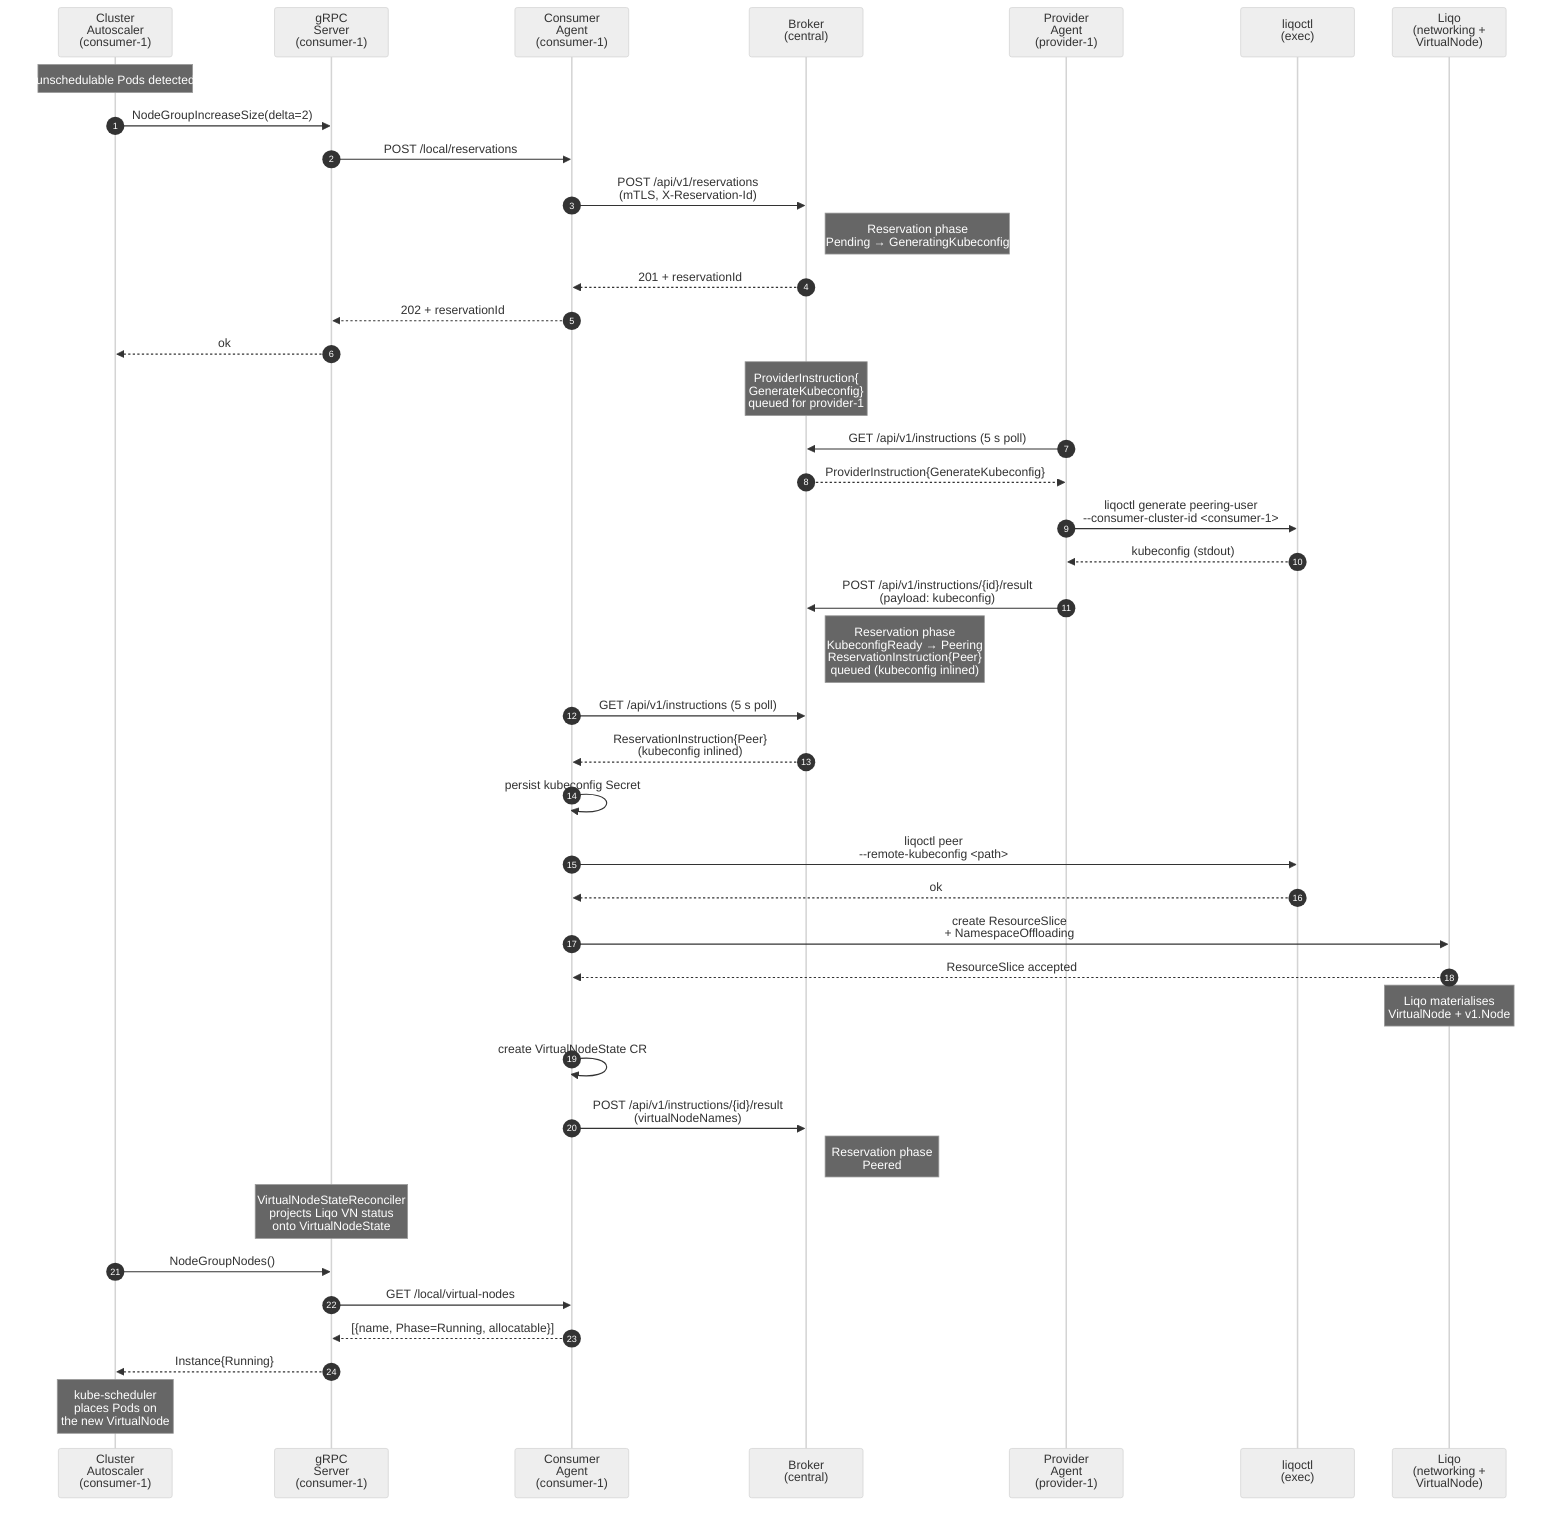
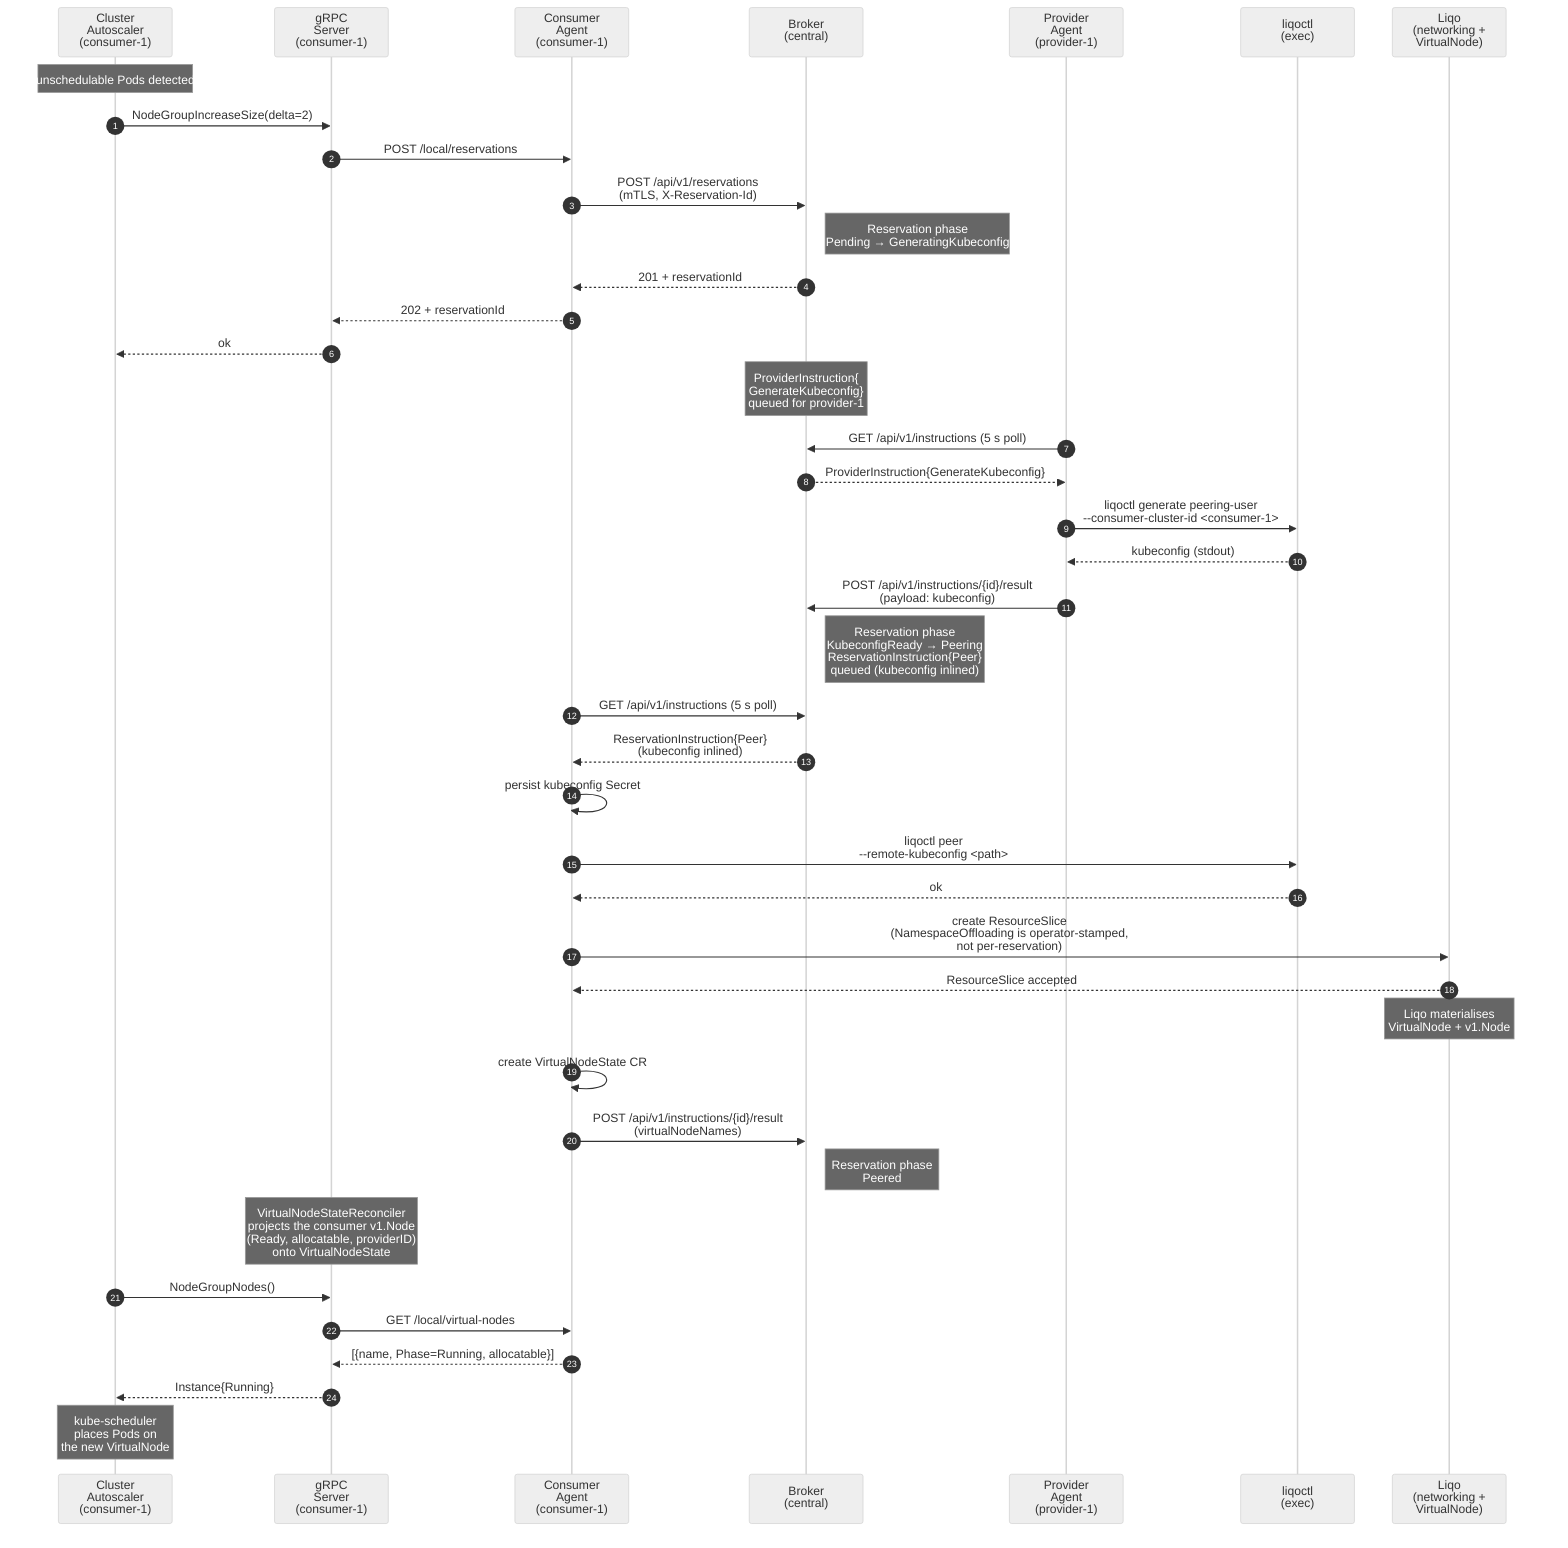
%%{init: {'theme': 'neutral'}}%%
%% docs/design.md §8.2 — scale-up execution flow (as-built).
%% Surfaces every liqoctl exec hop introduced in steps 8/9.
%% Regenerate the PNG with: mmdc -i scale-up.mmd -o scale-up-execution-flow.png
sequenceDiagram
    autonumber
    participant CA  as Cluster<br/>Autoscaler<br/>(consumer-1)
    participant GS  as gRPC<br/>Server<br/>(consumer-1)
    participant CAg as Consumer<br/>Agent<br/>(consumer-1)
    participant Bk  as Broker<br/>(central)
    participant PAg as Provider<br/>Agent<br/>(provider-1)
    participant Lq  as liqoctl<br/>(exec)
    participant Lo  as Liqo<br/>(networking +<br/>VirtualNode)

    Note over CA: unschedulable Pods detected
    CA->>GS: NodeGroupIncreaseSize(delta=2)
    GS->>CAg: POST /local/reservations
    CAg->>Bk: POST /api/v1/reservations<br/>(mTLS, X-Reservation-Id)
    Note right of Bk: Reservation phase<br/>Pending → GeneratingKubeconfig
    Bk-->>CAg: 201 + reservationId
    CAg-->>GS: 202 + reservationId
    GS-->>CA: ok

    Note over Bk: ProviderInstruction{<br/>GenerateKubeconfig}<br/>queued for provider-1
    PAg->>Bk: GET /api/v1/instructions (5 s poll)
    Bk-->>PAg: ProviderInstruction{GenerateKubeconfig}
    PAg->>Lq: liqoctl generate peering-user<br/>--consumer-cluster-id <consumer-1>
    Lq-->>PAg: kubeconfig (stdout)
    PAg->>Bk: POST /api/v1/instructions/{id}/result<br/>(payload: kubeconfig)
    Note right of Bk: Reservation phase<br/>KubeconfigReady → Peering<br/>ReservationInstruction{Peer}<br/>queued (kubeconfig inlined)

    CAg->>Bk: GET /api/v1/instructions (5 s poll)
    Bk-->>CAg: ReservationInstruction{Peer}<br/>(kubeconfig inlined)
    CAg->>CAg: persist kubeconfig Secret
    CAg->>Lq: liqoctl peer<br/>--remote-kubeconfig <path>
    Lq-->>CAg: ok
-     CAg->>Lo: create ResourceSlice<br/>+ NamespaceOffloading
+     CAg->>Lo: create ResourceSlice<br/>(NamespaceOffloading is operator-stamped,<br/>not per-reservation)
    Lo-->>CAg: ResourceSlice accepted
    Note over Lo: Liqo materialises<br/>VirtualNode + v1.Node
    CAg->>CAg: create VirtualNodeState CR
    CAg->>Bk: POST /api/v1/instructions/{id}/result<br/>(virtualNodeNames)
    Note right of Bk: Reservation phase<br/>Peered

-     Note over GS: VirtualNodeStateReconciler<br/>projects Liqo VN status<br/>onto VirtualNodeState
+     Note over GS: VirtualNodeStateReconciler<br/>projects the consumer v1.Node<br/>(Ready, allocatable, providerID)<br/>onto VirtualNodeState
    CA->>GS: NodeGroupNodes()
    GS->>CAg: GET /local/virtual-nodes
    CAg-->>GS: [{name, Phase=Running, allocatable}]
    GS-->>CA: Instance{Running}
    Note over CA: kube-scheduler<br/>places Pods on<br/>the new VirtualNode
